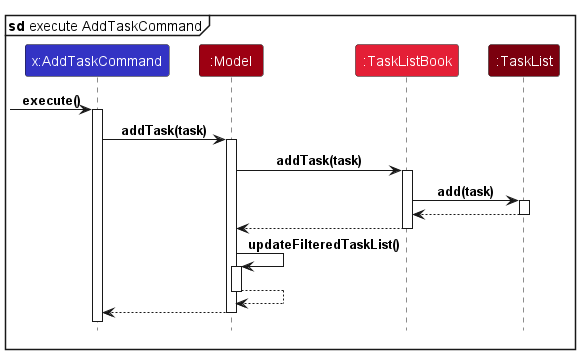
Above: docs/images/AddTaskSequenceDiagram.png in raydenlim/tp (PlantUML), before the change.
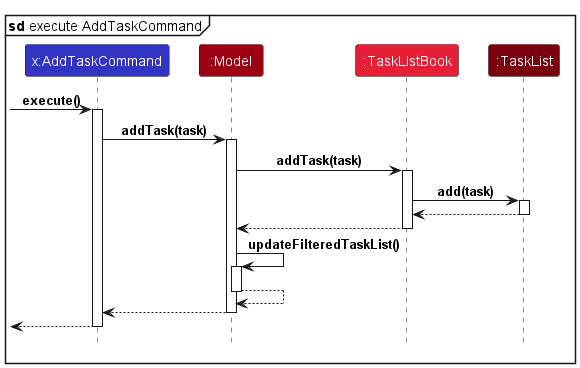
Above is the later version.

Diff of the diagram source:
```diff
@@ -39,4 +39,7 @@
 Model --> AddTaskCommand
 deactivate Model
 
+[<-- AddTaskCommand
+deactivate AddTaskCommand
+
 @enduml
```
